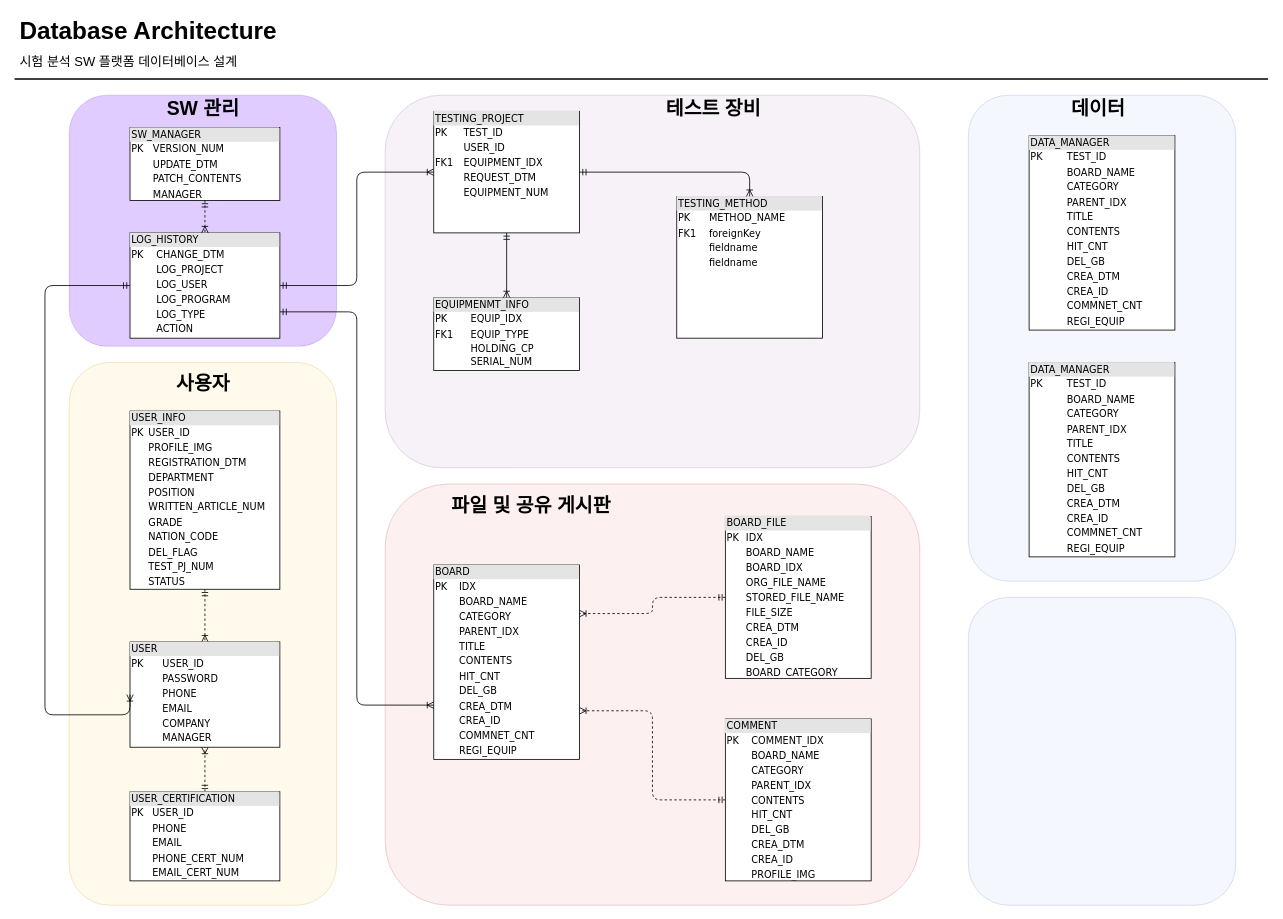
Earlier version of the draw.io diagram DB_architecture.drawio (penzance-jshan/test). Source tidied: cells renumbered, new cells numbered last; positions are measured from the earlier drawing's top-left corner, leaving out a move shared by most shapes. Both pictures are drawn from the tidied source at 81%, with x=0, y=0 at pixel (14, 14).
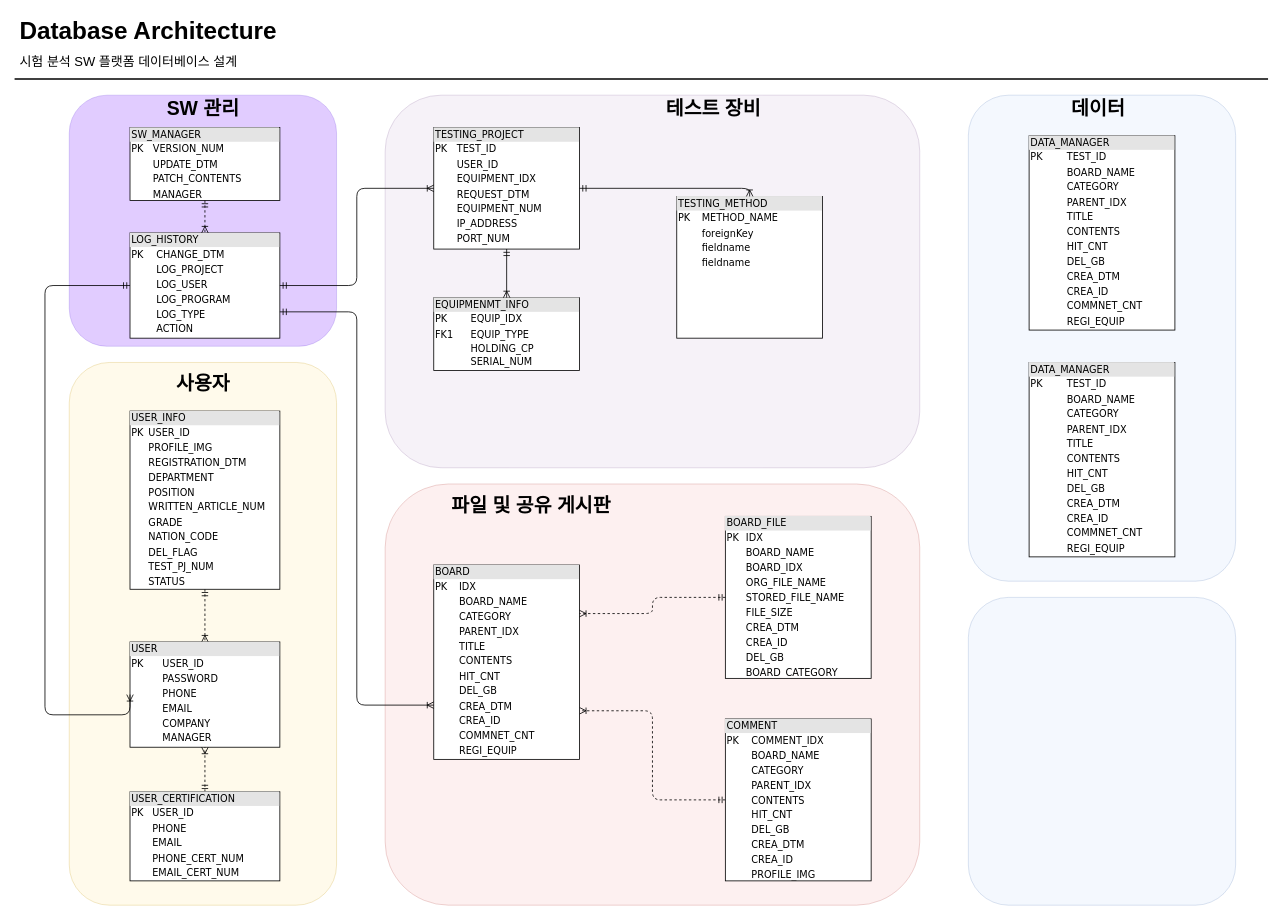
The same diagram, later.

Diff of the diagram source:
```diff
@@
-    <mxCell id="5" value="&lt;div style=&quot;box-sizing: border-box ; width: 100% ; background: #e4e4e4 ; padding: 2px&quot;&gt;TESTING_PROJECT&lt;/div&gt;&lt;table style=&quot;width: 100% ; font-size: 1em&quot; cellpadding=&quot;2&quot; cellspacing=&quot;0&quot;&gt;&lt;tbody&gt;&lt;tr&gt;&lt;td&gt;PK&lt;/td&gt;&lt;td&gt;TEST_ID&lt;/td&gt;&lt;/tr&gt;&lt;tr&gt;&lt;td&gt;&lt;br&gt;&lt;/td&gt;&lt;td&gt;USER_ID&lt;/td&gt;&lt;/tr&gt;&lt;tr&gt;&lt;td&gt;FK1&lt;/td&gt;&lt;td&gt;EQUIPMENT_IDX&lt;/td&gt;&lt;/tr&gt;&lt;tr&gt;&lt;td&gt;&lt;br&gt;&lt;/td&gt;&lt;td&gt;REQUEST_DTM&lt;br&gt;&lt;/td&gt;&lt;/tr&gt;&lt;tr&gt;&lt;td&gt;&lt;/td&gt;&lt;td&gt;EQUIPMENT_NUM&lt;br&gt;&lt;br&gt;&lt;/td&gt;&lt;/tr&gt;&lt;/tbody&gt;&lt;/table&gt;" style="verticalAlign=top;align=left;overflow=fill;html=1;rounded=0;shadow=0;comic=0;labelBackgroundColor=none;strokeWidth=1;fontFamily=Verdana;fontSize=12;" parent="1" vertex="1">
-      <mxGeometry x="518" y="120" width="180" height="150" as="geometry" />
+    <mxCell id="5" value="&lt;div style=&quot;box-sizing: border-box ; width: 100% ; background: #e4e4e4 ; padding: 2px&quot;&gt;TESTING_PROJECT&lt;/div&gt;&lt;table style=&quot;width: 100% ; font-size: 1em&quot; cellpadding=&quot;2&quot; cellspacing=&quot;0&quot;&gt;&lt;tbody&gt;&lt;tr&gt;&lt;td&gt;PK&lt;/td&gt;&lt;td&gt;TEST_ID&lt;/td&gt;&lt;/tr&gt;&lt;tr&gt;&lt;td&gt;&lt;br&gt;&lt;/td&gt;&lt;td&gt;USER_ID&lt;/td&gt;&lt;/tr&gt;&lt;tr&gt;&lt;td&gt;&lt;br&gt;&lt;/td&gt;&lt;td&gt;EQUIPMENT_IDX&lt;/td&gt;&lt;/tr&gt;&lt;tr&gt;&lt;td&gt;&lt;br&gt;&lt;/td&gt;&lt;td&gt;REQUEST_DTM&lt;br&gt;&lt;/td&gt;&lt;/tr&gt;&lt;tr&gt;&lt;td&gt;&lt;/td&gt;&lt;td&gt;EQUIPMENT_NUM&lt;br&gt;&lt;/td&gt;&lt;/tr&gt;&lt;tr&gt;&lt;td&gt;&lt;br&gt;&lt;/td&gt;&lt;td&gt;IP_ADDRESS&lt;br&gt;&lt;/td&gt;&lt;/tr&gt;&lt;tr&gt;&lt;td&gt;&lt;br&gt;&lt;/td&gt;&lt;td&gt;PORT_NUM&lt;br&gt;&lt;/td&gt;&lt;/tr&gt;&lt;/tbody&gt;&lt;/table&gt;" style="verticalAlign=top;align=left;overflow=fill;html=1;rounded=0;shadow=0;comic=0;labelBackgroundColor=none;strokeWidth=1;fontFamily=Verdana;fontSize=12;" parent="1" vertex="1">
+      <mxGeometry x="518" y="140" width="180" height="150" as="geometry" />
     </mxCell>
@@
-    <mxCell id="9" value="&lt;div style=&quot;box-sizing: border-box ; width: 100% ; background: #e4e4e4 ; padding: 2px&quot;&gt;TESTING_METHOD&lt;/div&gt;&lt;table style=&quot;width: 100% ; font-size: 1em&quot; cellpadding=&quot;2&quot; cellspacing=&quot;0&quot;&gt;&lt;tbody&gt;&lt;tr&gt;&lt;td&gt;PK&lt;/td&gt;&lt;td&gt;METHOD_NAME&lt;/td&gt;&lt;/tr&gt;&lt;tr&gt;&lt;td&gt;FK1&lt;/td&gt;&lt;td&gt;foreignKey&lt;/td&gt;&lt;/tr&gt;&lt;tr&gt;&lt;td&gt;&lt;/td&gt;&lt;td&gt;fieldname&lt;/td&gt;&lt;/tr&gt;&lt;tr&gt;&lt;td&gt;&lt;br&gt;&lt;/td&gt;&lt;td&gt;fieldname&lt;br&gt;&lt;/td&gt;&lt;/tr&gt;&lt;/tbody&gt;&lt;/table&gt;" style="verticalAlign=top;align=left;overflow=fill;html=1;rounded=0;shadow=0;comic=0;labelBackgroundColor=none;strokeWidth=1;fontFamily=Verdana;fontSize=12;" parent="1" vertex="1">
+    <mxCell id="9" value="&lt;div style=&quot;box-sizing: border-box ; width: 100% ; background: #e4e4e4 ; padding: 2px&quot;&gt;TESTING_METHOD&lt;/div&gt;&lt;table style=&quot;width: 100% ; font-size: 1em&quot; cellpadding=&quot;2&quot; cellspacing=&quot;0&quot;&gt;&lt;tbody&gt;&lt;tr&gt;&lt;td&gt;PK&lt;/td&gt;&lt;td&gt;METHOD_NAME&lt;/td&gt;&lt;/tr&gt;&lt;tr&gt;&lt;td&gt;&lt;/td&gt;&lt;td&gt;foreignKey&lt;/td&gt;&lt;/tr&gt;&lt;tr&gt;&lt;td&gt;&lt;/td&gt;&lt;td&gt;fieldname&lt;/td&gt;&lt;/tr&gt;&lt;tr&gt;&lt;td&gt;&lt;br&gt;&lt;/td&gt;&lt;td&gt;fieldname&lt;br&gt;&lt;/td&gt;&lt;/tr&gt;&lt;/tbody&gt;&lt;/table&gt;" style="verticalAlign=top;align=left;overflow=fill;html=1;rounded=0;shadow=0;comic=0;labelBackgroundColor=none;strokeWidth=1;fontFamily=Verdana;fontSize=12;" parent="1" vertex="1">
       <mxGeometry x="818" y="225" width="180" height="175" as="geometry" />
     </mxCell>
```
